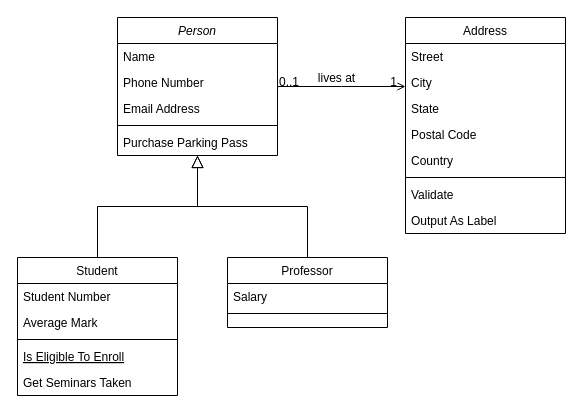
keep-moving-free/keep-moving-free keeps this draw.io diagram as cf1.drawio. Above is the earlier version. Source tidied: cells renumbered, new cells numbered last; positions are measured from the earlier drawing's top-left corner, leaving out a move shared by most shapes. Both pictures are drawn from the tidied source at 100%, with x=0, y=0 at pixel (17, 17).
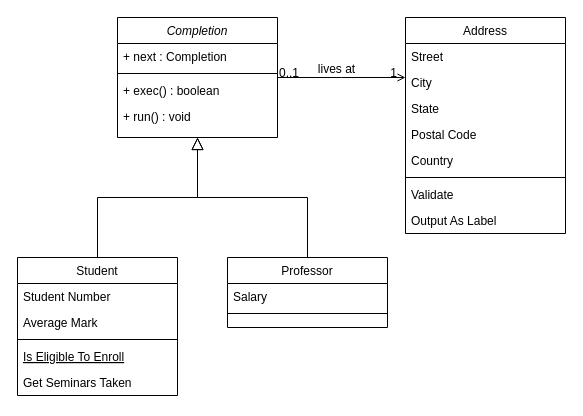
The same diagram, later.

What changed in the source:
```diff
@@
-    <mxCell id="2" value="Person" style="swimlane;fontStyle=2;align=center;verticalAlign=top;horizontal=1;startSize=26;rounded=0;shadow=0;strokeWidth=1;" parent="1" vertex="1">
-      <mxGeometry x="100" width="160" height="138" as="geometry" />
+    <mxCell id="2" value="Completion" style="swimlane;fontStyle=2;align=center;verticalAlign=top;horizontal=1;startSize=26;rounded=0;shadow=0;strokeWidth=1;" parent="1" vertex="1">
+      <mxGeometry x="100" width="160" height="120" as="geometry" />
     </mxCell>
-    <mxCell id="3" value="Name" style="text;align=left;verticalAlign=top;spacingLeft=4;spacingRight=4;overflow=hidden;" parent="2" vertex="1">
+    <mxCell id="3" value="+ next : Completion" style="text;align=left;verticalAlign=top;spacingLeft=4;spacingRight=4;overflow=hidden;" parent="2" vertex="1">
       <mxGeometry y="26" width="160" height="26" as="geometry" />
     </mxCell>
-    <mxCell id="4" value="Phone Number" style="text;align=left;verticalAlign=top;spacingLeft=4;spacingRight=4;overflow=hidden;rounded=0;shadow=0;html=0;" parent="2" vertex="1">
-      <mxGeometry y="52" width="160" height="26" as="geometry" />
-    </mxCell>
-    <mxCell id="5" value="Email Address" style="text;align=left;verticalAlign=top;spacingLeft=4;spacingRight=4;overflow=hidden;rounded=0;shadow=0;html=0;" parent="2" vertex="1">
-      <mxGeometry y="78" width="160" height="26" as="geometry" />
-    </mxCell>
     <mxCell id="6" style="line;html=1;strokeWidth=1;align=left;verticalAlign=middle;spacingTop=-1;spacingLeft=3;spacingRight=3;labelPosition=right;" parent="2" vertex="1">
-      <mxGeometry y="104" width="160" height="8" as="geometry" />
+      <mxGeometry y="52" width="160" height="8" as="geometry" />
     </mxCell>
-    <mxCell id="7" value="Purchase Parking Pass" style="text;align=left;verticalAlign=top;spacingLeft=4;spacingRight=4;overflow=hidden;" parent="2" vertex="1">
-      <mxGeometry y="112" width="160" height="26" as="geometry" />
+    <mxCell id="7" value="+ exec() : boolean" style="text;align=left;verticalAlign=top;spacingLeft=4;spacingRight=4;overflow=hidden;" parent="2" vertex="1">
+      <mxGeometry y="60" width="160" height="26" as="geometry" />
     </mxCell>
+    <mxCell id="32" value="+ run() : void" style="text;align=left;verticalAlign=top;spacingLeft=4;spacingRight=4;overflow=hidden;" parent="2" vertex="1">
+      <mxGeometry y="86" width="160" height="26" as="geometry" />
+    </mxCell>
```
